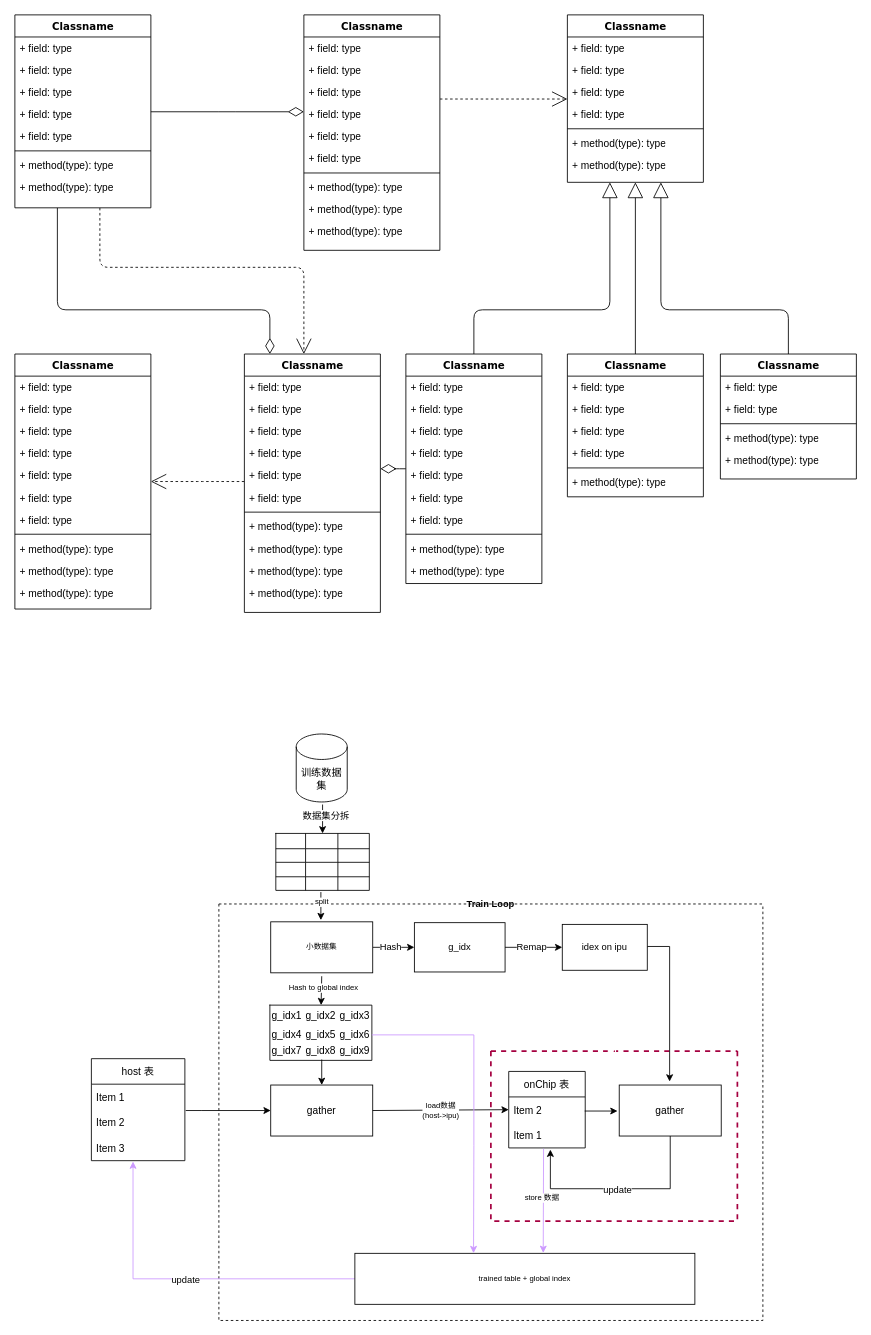
Above: Untitled Diagram.drawio in jianghaicheng/HelloWorld (draw.io), before the change. Source tidied: cells renumbered, new cells numbered last; positions are measured from the earlier drawing's top-left corner, leaving out a move shared by most shapes. Both pictures are drawn from the tidied source at 85%, with x=0, y=0 at pixel (14, 14).
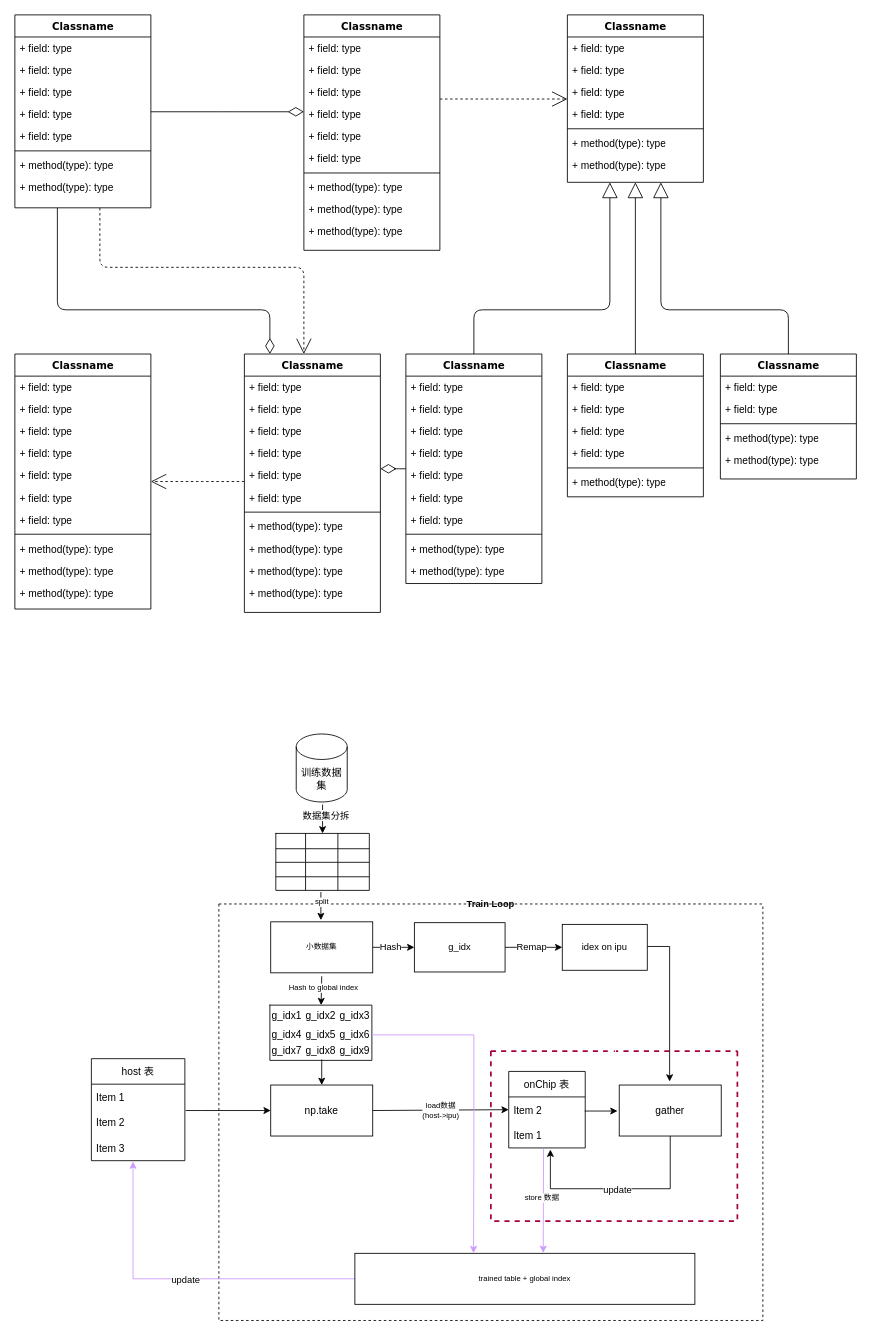
The same page after the edit.

Diff of the diagram source:
```diff
@@
-    <mxCell id="88" value="gather" style="rounded=0;whiteSpace=wrap;html=1;" parent="1" vertex="1">
+    <mxCell id="88" value="np.take" style="rounded=0;whiteSpace=wrap;html=1;" parent="1" vertex="1">
       <mxGeometry x="301" y="1259" width="120" height="60" as="geometry" />
     </mxCell>
```
